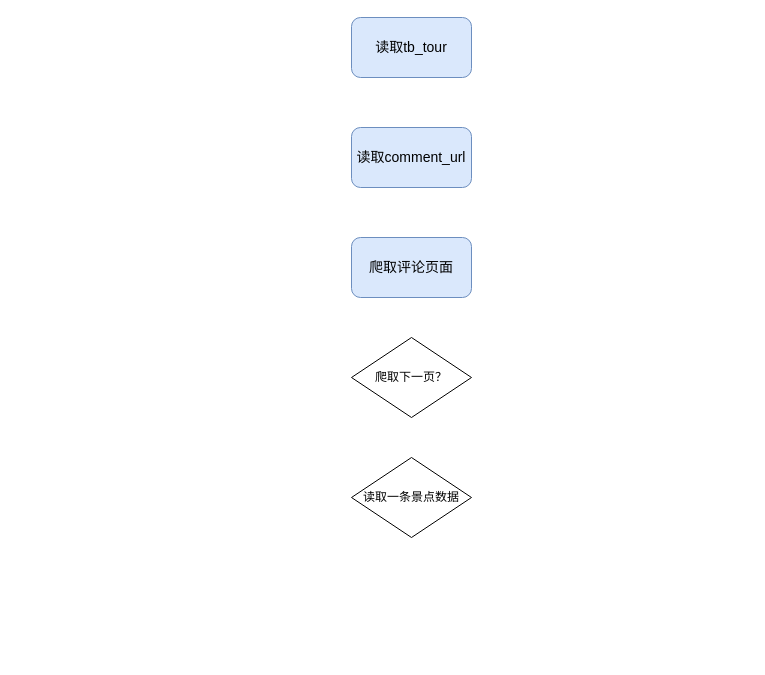
redcomet88/DRAW keeps this draw.io diagram as dev/scrapy旅游信息爬取.drawio. Above is the earlier version. Source tidied: cells renumbered, new cells numbered last; positions are measured from the earlier drawing's top-left corner, leaving out a move shared by most shapes. Both pictures are drawn from the tidied source at 100%, with x=0, y=0 at pixel (351, 17).
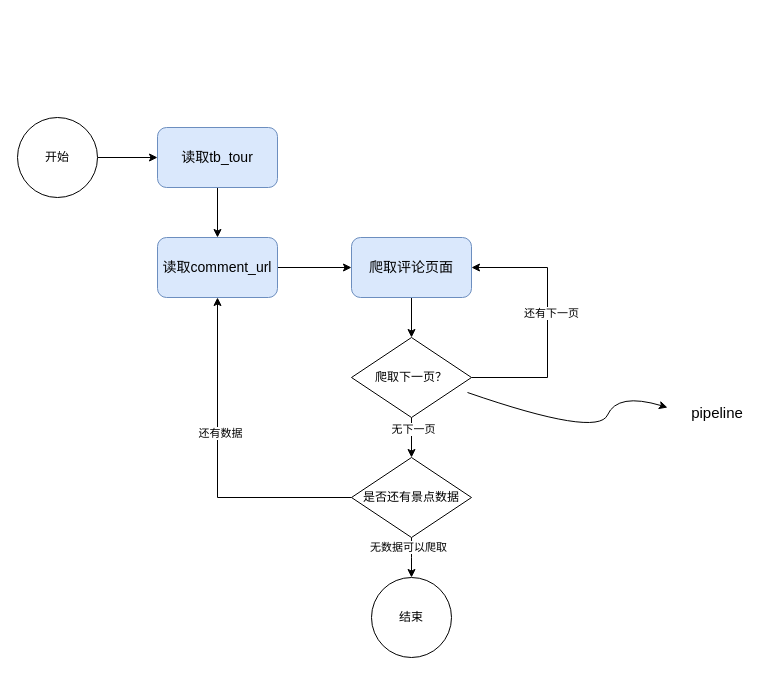
The same diagram, later.

Commit message (it also covers changes not shown here):
更新scrapy旅游信息爬取.drawio

The change refers to these unchanged cells:
```xml
<mxCell id="3" value="爬取下一页？" style="rhombus;whiteSpace=wrap;html=1;" parent="1" vertex="1">
  <mxGeometry y="320" width="120" height="80" as="geometry" />
</mxCell>
<mxCell id="4" value="爬取评论页面" style="rounded=1;whiteSpace=wrap;html=1;fillColor=#dae8fc;strokeColor=#6c8ebf;fontSize=14;" parent="1" vertex="1">
  <mxGeometry y="220" width="120" height="60" as="geometry" />
</mxCell>
```

The edit, as a diff of the source:
```diff
@@
+    <mxCell id="7" style="edgeStyle=orthogonalEdgeStyle;rounded=0;jettySize=auto;html=1;" parent="1" edge="1" source="2" target="4">
+      <mxGeometry relative="1" as="geometry" />
+    </mxCell>
     <mxCell id="2" value="读取comment_url" style="rounded=1;whiteSpace=wrap;html=1;fillColor=#dae8fc;strokeColor=#6c8ebf;fontSize=14;" parent="1" vertex="1">
-      <mxGeometry y="110" width="120" height="60" as="geometry" />
+      <mxGeometry x="-194" y="220" width="120" height="60" as="geometry" />
     </mxCell>
+    <mxCell id="8" style="edgeStyle=orthogonalEdgeStyle;rounded=0;jettySize=auto;html=1;exitX=1;exitY=0.5;exitDx=0;exitDy=0;entryX=1;entryY=0.5;entryDx=0;entryDy=0;" parent="1" edge="1" source="3" target="4">
+      <mxGeometry relative="1" as="geometry">
+        <Array as="points">
+          <mxPoint x="196" y="360" />
+          <mxPoint x="196" y="250" />
+        </Array>
+      </mxGeometry>
+    </mxCell>
+    <mxCell id="9" value="还有下一页" style="edgeLabel;html=1;align=center;verticalAlign=middle;" parent="8" vertex="1">
+      <mxGeometry x="0.08" y="-3" relative="1" as="geometry" />
+    </mxCell>
+    <mxCell id="10" style="edgeStyle=orthogonalEdgeStyle;rounded=0;jettySize=auto;html=1;" parent="1" edge="1" source="3" target="5">
+      <mxGeometry relative="1" as="geometry" />
+    </mxCell>
+    <mxCell id="11" value="无下一页" style="edgeLabel;html=1;align=center;verticalAlign=middle;" parent="10" vertex="1">
+      <mxGeometry x="-0.45" y="1" relative="1" as="geometry" />
+    </mxCell>
@@
+    <mxCell id="12" style="edgeStyle=orthogonalEdgeStyle;rounded=0;jettySize=auto;html=1;" parent="1" edge="1" source="4" target="3">
+      <mxGeometry relative="1" as="geometry" />
+    </mxCell>
@@
+    <mxCell id="13" style="edgeStyle=orthogonalEdgeStyle;rounded=0;jettySize=auto;html=1;exitX=0;exitY=0.5;exitDx=0;exitDy=0;" parent="1" edge="1" source="5" target="2">
+      <mxGeometry relative="1" as="geometry" />
+    </mxCell>
+    <mxCell id="14" value="还有数据" style="edgeLabel;html=1;align=center;verticalAlign=middle;" parent="13" vertex="1">
+      <mxGeometry x="0.19" y="-2" relative="1" as="geometry" />
+    </mxCell>
+    <mxCell id="15" style="edgeStyle=orthogonalEdgeStyle;rounded=0;jettySize=auto;html=1;exitX=0.5;exitY=1;exitDx=0;exitDy=0;" parent="1" edge="1" source="5">
+      <mxGeometry relative="1" as="geometry">
+        <mxPoint x="60" y="560" as="targetPoint" />
+      </mxGeometry>
+    </mxCell>
+    <mxCell id="16" value="无数据可以爬取" style="edgeLabel;html=1;align=center;verticalAlign=middle;" parent="15" vertex="1">
+      <mxGeometry x="-0.56" y="-4" relative="1" as="geometry" />
+    </mxCell>
-    <mxCell id="5" value="读取一条景点数据" style="rhombus;whiteSpace=wrap;html=1;" parent="1" vertex="1">
+    <mxCell id="5" value="是否还有景点数据" style="rhombus;whiteSpace=wrap;html=1;" parent="1" vertex="1">
       <mxGeometry y="440" width="120" height="80" as="geometry" />
     </mxCell>
+    <mxCell id="17" style="edgeStyle=orthogonalEdgeStyle;rounded=0;jettySize=auto;html=1;" parent="1" edge="1" source="6" target="2">
+      <mxGeometry relative="1" as="geometry" />
+    </mxCell>
     <mxCell id="6" value="读取tb_tour" style="rounded=1;whiteSpace=wrap;html=1;fillColor=#dae8fc;strokeColor=#6c8ebf;fontSize=14;" parent="1" vertex="1">
-      <mxGeometry width="120" height="60" as="geometry" />
+      <mxGeometry x="-194" y="110" width="120" height="60" as="geometry" />
     </mxCell>
+    <mxCell id="18" value="结束" style="ellipse;whiteSpace=wrap;html=1;" parent="1" vertex="1">
+      <mxGeometry x="20" y="560" width="80" height="80" as="geometry" />
+    </mxCell>
+    <mxCell id="19" style="edgeStyle=orthogonalEdgeStyle;rounded=0;jettySize=auto;html=1;" parent="1" edge="1" source="20" target="6">
+      <mxGeometry relative="1" as="geometry" />
+    </mxCell>
+    <mxCell id="20" value="开始" style="ellipse;whiteSpace=wrap;html=1;" parent="1" vertex="1">
+      <mxGeometry x="-334" y="100" width="80" height="80" as="geometry" />
+    </mxCell>
+    <mxCell id="21" style="curved=1;endArrow=classic;html=1;rounded=0;" parent="1" edge="1">
+      <mxGeometry relative="1" as="geometry">
+        <mxPoint x="116" y="375" as="sourcePoint" />
+        <mxPoint x="316" y="390" as="targetPoint" />
+        <Array as="points">
+          <mxPoint x="246" y="420" />
+          <mxPoint x="266" y="375" />
+        </Array>
+      </mxGeometry>
+    </mxCell>
+    <mxCell id="22" value="pipeline" style="text;html=1;align=center;verticalAlign=middle;whiteSpace=wrap;rounded=0;fontSize=15;" parent="1" vertex="1">
+      <mxGeometry x="336" y="380" width="60" height="30" as="geometry" />
+    </mxCell>
```
